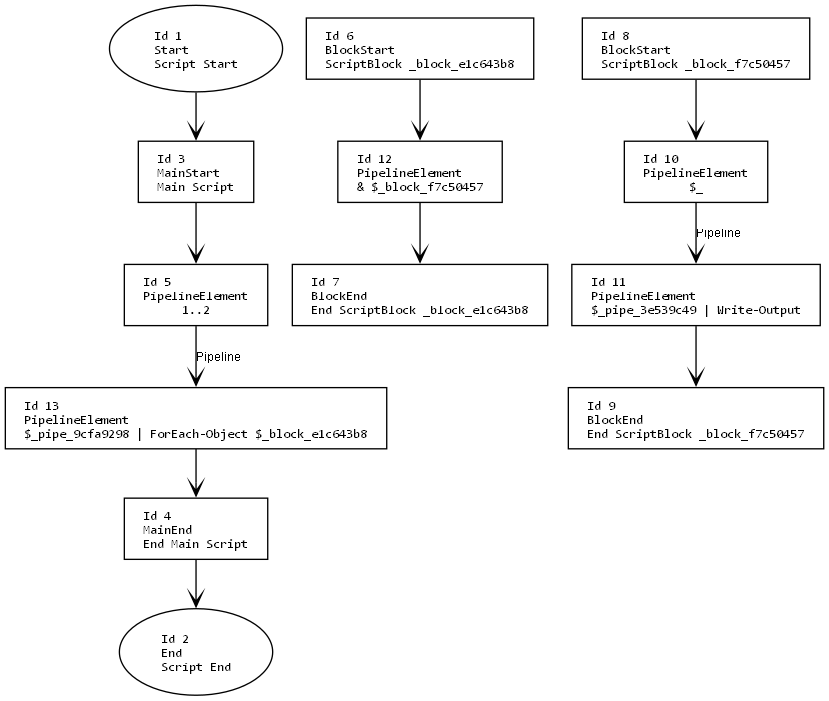
This is in/in.png from mine41/deob, a Graphviz export, as it was before one commit. Its source is kept beside it as in/in.dot.
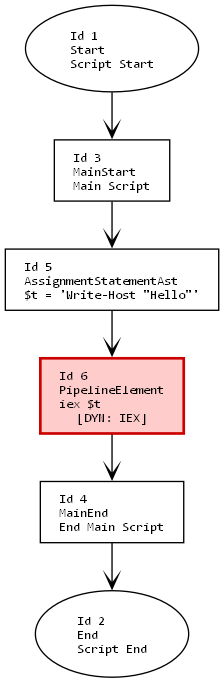
After the change.

Diff of the diagram source:
```diff
@@ -14,24 +14,12 @@
     2 [label="Id 2\lEnd\lScript End", shape=oval];
     3 [label="Id 3\lMainStart\lMain Script", shape=box];
     4 [label="Id 4\lMainEnd\lEnd Main Script", shape=box];
-    5 [label="Id 5\lPipelineElement\l1..2", shape=box];
-    6 [label="Id 6\lBlockStart\lScriptBlock _block_e1c643b8", shape=box];
-    7 [label="Id 7\lBlockEnd\lEnd ScriptBlock _block_e1c643b8", shape=box];
-    8 [label="Id 8\lBlockStart\lScriptBlock _block_f7c50457", shape=box];
-    9 [label="Id 9\lBlockEnd\lEnd ScriptBlock _block_f7c50457", shape=box];
-    10 [label="Id 10\lPipelineElement\l$_", shape=box];
-    11 [label="Id 11\lPipelineElement\l$_pipe_3e539c49 | Write-Output", shape=box];
-    12 [label="Id 12\lPipelineElement\l& $_block_f7c50457", shape=box];
-    13 [label="Id 13\lPipelineElement\l$_pipe_9cfa9298 | ForEach-Object $_block_e1c643b8", shape=box];
+    5 [label="Id 5\lAssignmentStatementAst\l$t = 'Write-Host \"Hello\"'", shape=box];
+    6 [label="Id 6\lPipelineElement\liex $t\l[DYN: IEX]", shape=box, style=filled, fillcolor="#ffcccc", color="#cc0000", penwidth=2];
 
     1 -> 3;
     3 -> 5;
-    8 -> 10;
-    10 -> 11 [label="Pipeline"];
-    11 -> 9;
-    6 -> 12;
-    12 -> 7;
-    5 -> 13 [label="Pipeline"];
-    13 -> 4;
+    5 -> 6;
+    6 -> 4;
     4 -> 2;
 }
```
